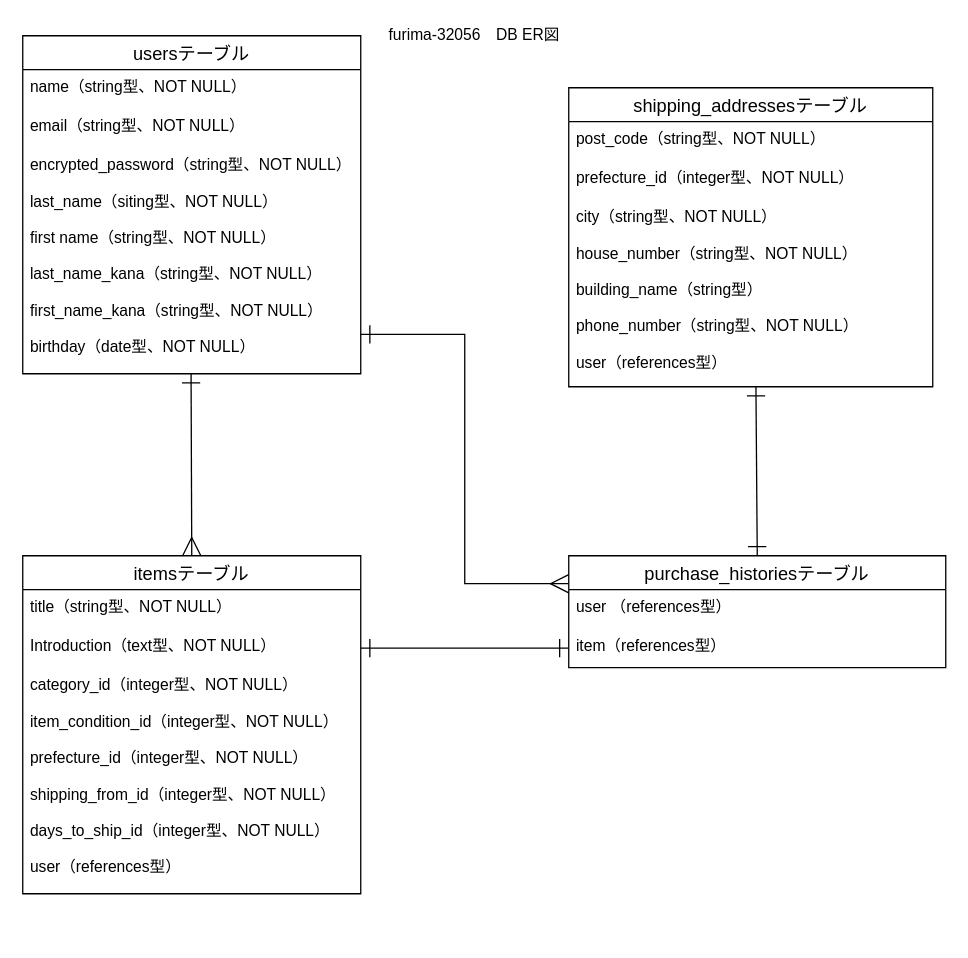
mopomi/furima-32056 keeps this draw.io diagram as furima.dio. Above is the earlier version. Source tidied: cells renumbered, new cells numbered last; positions are measured from the earlier drawing's top-left corner, leaving out a move shared by most shapes. Both pictures are drawn from the tidied source at 130%, with x=0, y=0 at pixel (22, 22).
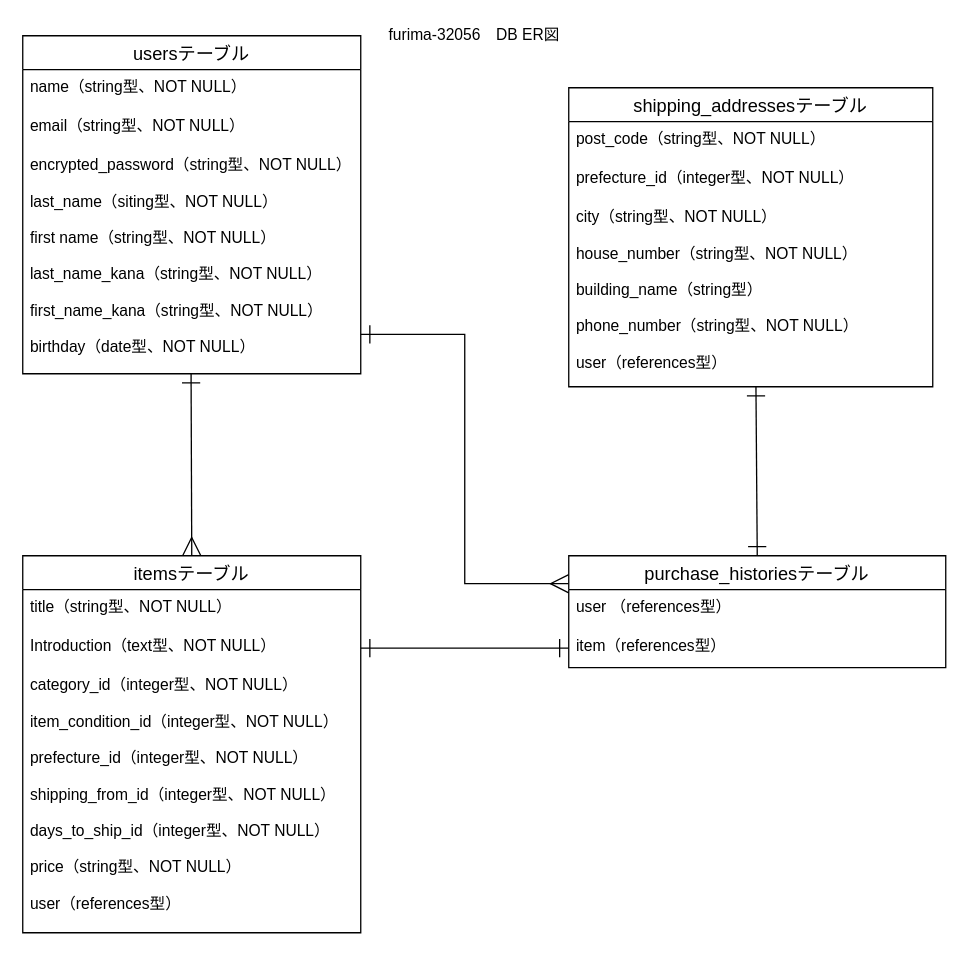
After the change.

Commit message (it also covers changes not shown here):
データベース設計（再々修正）

Diff of the diagram source:
```diff
@@
     <mxCell id="18" value="itemsテーブル" style="swimlane;fontStyle=0;horizontal=1;startSize=26;align=center;fontSize=14;direction=east;" parent="1" vertex="1">
-      <mxGeometry y="410" width="260" height="260" as="geometry" />
+      <mxGeometry y="410" width="260" height="290" as="geometry" />
     </mxCell>
@@
-    <mxCell id="21" value="category_id（integer型、NOT NULL）&#10;&#10;item_condition_id（integer型、NOT NULL）&#10;&#10;prefecture_id（integer型、NOT NULL）&#10;&#10;shipping_from_id（integer型、NOT NULL）&#10;&#10;days_to_ship_id（integer型、NOT NULL）&#10;&#10;user（references型）&#10;&#10;" style="text;strokeColor=none;fillColor=none;spacingLeft=4;spacingRight=4;overflow=hidden;fontSize=12;" parent="18" vertex="1">
-      <mxGeometry y="86" width="260" height="174" as="geometry" />
+    <mxCell id="21" value="category_id（integer型、NOT NULL）&#10;&#10;item_condition_id（integer型、NOT NULL）&#10;&#10;prefecture_id（integer型、NOT NULL）&#10;&#10;shipping_from_id（integer型、NOT NULL）&#10;&#10;days_to_ship_id（integer型、NOT NULL）&#10;&#10;price（string型、NOT NULL）&#10;&#10;user（references型）&#10;&#10;&#10;&#10;&#10;&#10;" style="text;strokeColor=none;fillColor=none;spacingLeft=4;spacingRight=4;overflow=hidden;fontSize=12;" parent="18" vertex="1">
+      <mxGeometry y="86" width="260" height="204" as="geometry" />
     </mxCell>
```
